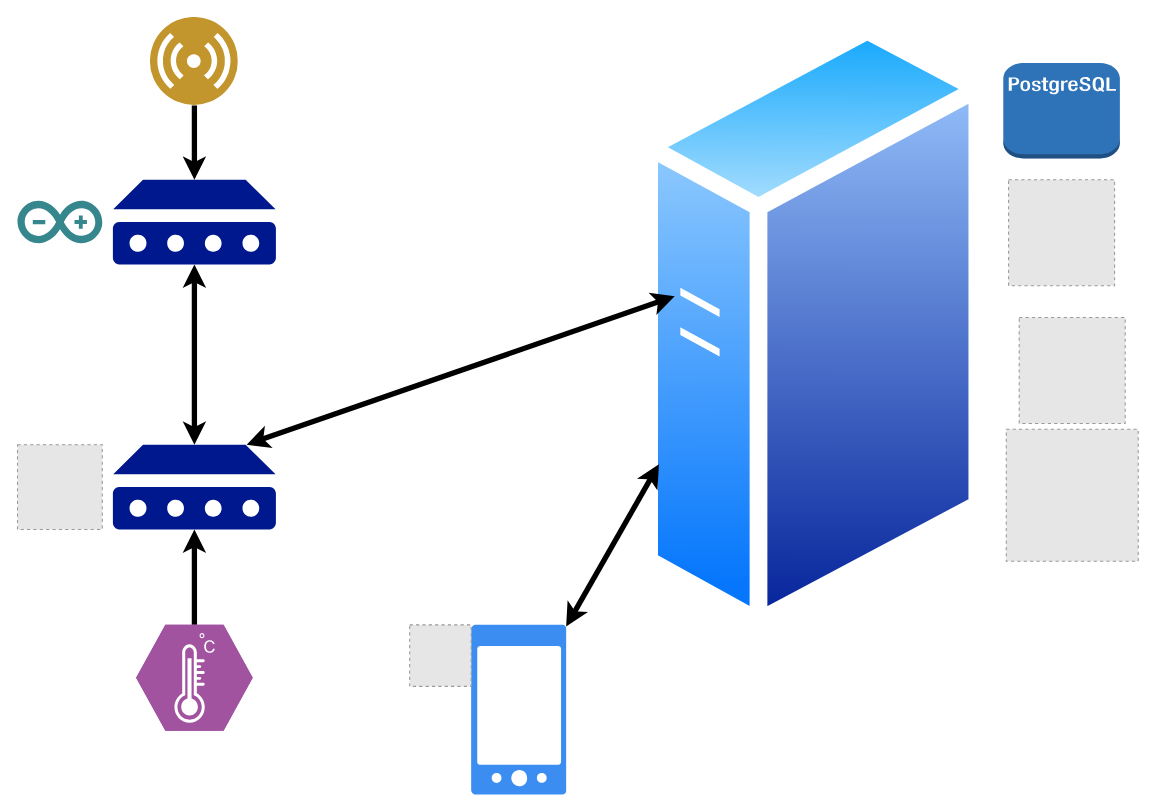
This is documents/project-infrastructure.drawio from david-slatinek/kf34, a draw.io file, before an edit. Source tidied: cells renumbered, new cells numbered last; positions are measured from the earlier drawing's top-left corner, leaving out a move shared by most shapes. Both pictures are drawn from the tidied source at 106%, with x=0, y=0 at pixel (17, 17). Pictures stored in the file or linked from it are replaced by grey dashed boxes.
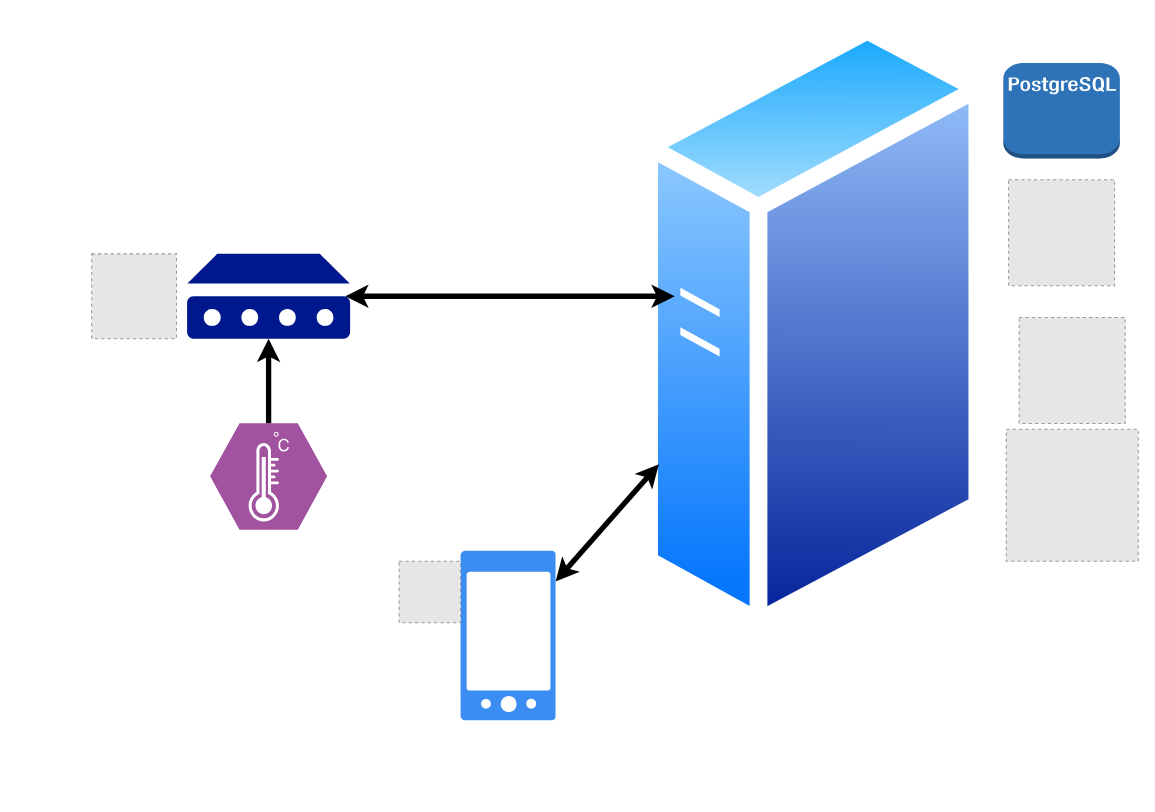
The same diagram, later.

The edit, as a diff of the source:
```diff
@@
-    <mxCell id="3" style="dashed=0;html=1;align=center;labelPosition=center;verticalLabelPosition=bottom;verticalAlign=top;shape=mxgraph.weblogos.arduino;fillColor=#36868D;strokeColor=none;" parent="1" vertex="1">
-      <mxGeometry y="173" width="80" height="40" as="geometry" />
-    </mxCell>
     <mxCell id="4" style="fillColor=#E6E6E6;strokeColor=#999999;dashed=1;html=1;verticalAlign=top;verticalLabelPosition=bottom;labelBackgroundColor=#ffffff;" parent="1" vertex="1">
-      <mxGeometry y="403" width="80" height="80" as="geometry" />
+      <mxGeometry x="70" y="223" width="80" height="80" as="geometry" />
     </mxCell>
-    <mxCell id="5" style="sketch=0;shadow=0;dashed=0;html=1;strokeColor=none;labelPosition=center;verticalLabelPosition=bottom;verticalAlign=top;align=center;fillColor=#00188D;shape=mxgraph.mscae.enterprise.device;" parent="1" vertex="1">
-      <mxGeometry x="90" y="153" width="153.8" height="80" as="geometry" />
-    </mxCell>
-    <mxCell id="6" style="rounded=0;jettySize=auto;html=1;exitX=0.5;exitY=0;exitDx=0;exitDy=0;exitPerimeter=0;entryX=0.5;entryY=1;entryDx=0;entryDy=0;entryPerimeter=0;strokeWidth=5;strokeColor=default;startArrow=classic;startFill=1;" parent="1" edge="1" source="9" target="5">
-      <mxGeometry relative="1" as="geometry" />
-    </mxCell>
@@
-    <mxCell id="8" style="edgeStyle=none;rounded=0;jettySize=auto;html=1;startArrow=classic;startFill=1;endArrow=classic;endFill=1;strokeColor=default;strokeWidth=5;endSize=6;jumpStyle=none;exitX=0.82;exitY=0;exitDx=0;exitDy=0;exitPerimeter=0;" parent="1" edge="1" source="9">
+    <mxCell id="8" style="edgeStyle=none;rounded=0;jettySize=auto;html=1;startArrow=classic;startFill=1;endArrow=classic;endFill=1;strokeColor=default;strokeWidth=5;endSize=6;jumpStyle=none;exitX=0.97;exitY=0.5;exitDx=0;exitDy=0;exitPerimeter=0;" parent="1" edge="1" source="9">
       <mxGeometry relative="1" as="geometry">
         <mxPoint x="620" y="263" as="targetPoint" />
       </mxGeometry>
     </mxCell>
     <mxCell id="9" style="sketch=0;shadow=0;dashed=0;html=1;strokeColor=none;labelPosition=center;verticalLabelPosition=bottom;verticalAlign=top;align=center;fillColor=#00188D;shape=mxgraph.mscae.enterprise.device;" parent="1" vertex="1">
-      <mxGeometry x="90" y="403" width="153.8" height="80" as="geometry" />
+      <mxGeometry x="160" y="223" width="153.8" height="80" as="geometry" />
     </mxCell>
@@
     <mxCell id="14" style="verticalLabelPosition=bottom;sketch=0;html=1;fillColor=#A153A0;strokeColor=#ffffff;verticalAlign=top;align=center;points=[[0,0.5,0],[0.125,0.25,0],[0.25,0,0],[0.5,0,0],[0.75,0,0],[0.875,0.25,0],[1,0.5,0],[0.875,0.75,0],[0.75,1,0],[0.5,1,0],[0.125,0.75,0]];shape=mxgraph.cisco_safe.compositeIcon;bgIcon=mxgraph.cisco_safe.design.blank_device;resIcon=mxgraph.cisco_safe.design.sensor;" parent="1" vertex="1">
-      <mxGeometry x="111.9" y="573" width="110" height="100" as="geometry" />
+      <mxGeometry x="181.9" y="383" width="110" height="100" as="geometry" />
     </mxCell>
-    <mxCell id="15" style="edgeStyle=none;rounded=0;jettySize=auto;html=1;entryX=0.5;entryY=0;entryDx=0;entryDy=0;entryPerimeter=0;startArrow=none;startFill=0;endArrow=classic;endFill=1;strokeColor=default;strokeWidth=5;" parent="1" edge="1" source="16" target="5">
-      <mxGeometry relative="1" as="geometry" />
-    </mxCell>
-    <mxCell id="16" style="perimeter=ellipsePerimeter;html=1;align=center;shadow=0;dashed=0;fontColor=#4277BB;labelBackgroundColor=#ffffff;fontSize=12;spacingTop=3;image;image=img/lib/ibm/users/sensor.svg;" parent="1" vertex="1">
-      <mxGeometry x="125.4" width="83" height="83" as="geometry" />
-    </mxCell>
@@
     <mxCell id="18" style="sketch=0;html=1;strokeColor=none;shadow=0;align=center;verticalAlign=top;fillColor=#3B8DF1;shape=mxgraph.gcp2.phone_android;" parent="1" vertex="1">
-      <mxGeometry x="428" y="573" width="89.6" height="160" as="geometry" />
+      <mxGeometry x="418" y="503" width="89.6" height="160" as="geometry" />
     </mxCell>
     <mxCell id="19" style="fillColor=#E6E6E6;strokeColor=#999999;dashed=1;html=1;verticalAlign=top;verticalLabelPosition=bottom;labelBackgroundColor=#ffffff;" parent="1" vertex="1">
-      <mxGeometry x="370" y="573" width="58" height="58" as="geometry" />
+      <mxGeometry x="360" y="513" width="58" height="58" as="geometry" />
     </mxCell>
+    <mxCell id="20" style="edgeStyle=orthogonalEdgeStyle;rounded=0;orthogonalLoop=1;jettySize=auto;html=1;exitX=0.5;exitY=1;exitDx=0;exitDy=0;exitPerimeter=0;" parent="1" edge="1" source="9" target="9">
+      <mxGeometry relative="1" as="geometry" />
+    </mxCell>
```
